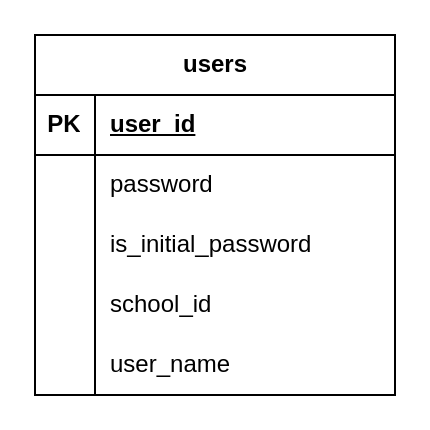
This is docs/db-er.dio from kuwaharu-git/school-app, a draw.io file, before an edit. Source tidied: cells renumbered, new cells numbered last; positions are measured from the earlier drawing's top-left corner, leaving out a move shared by most shapes. Both pictures are drawn from the tidied source at 200%, with x=0, y=0 at pixel (34, 34).
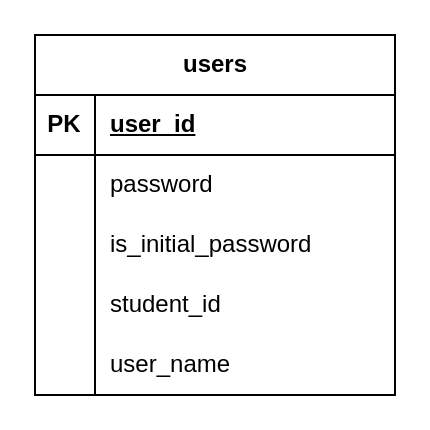
The same diagram, later.

Commit message (it also covers changes not shown here):
school_idからstudent_idに変更

Change to the diagram source:
```diff
@@
 <mxGraphModel>
   <root>
     <mxCell id="0" />
     <mxCell id="1" parent="0" />
     <mxCell id="2" value="users" style="shape=table;startSize=30;childLayout=tableLayout;rowLines=0;fontStyle=1;align=center;html=1;" parent="1" vertex="1">
       <mxGeometry width="180" height="180" as="geometry" />
     </mxCell>
     <mxCell id="3" style="shape=tableRow;horizontal=0;startSize=0;swimlaneHead=0;swimlaneBody=0;fillColor=none;top=0;left=0;right=0;bottom=1;" parent="2" vertex="1">
       <mxGeometry y="30" width="180" height="30" as="geometry" />
     </mxCell>
     <mxCell id="4" value="PK" style="shape=partialRectangle;fillColor=none;top=0;left=0;bottom=0;right=0;fontStyle=1;overflow=hidden;whiteSpace=wrap;html=1;" parent="3" vertex="1">
       <mxGeometry width="30" height="30" as="geometry" />
     </mxCell>
     <mxCell id="5" value="user_id" style="shape=partialRectangle;fillColor=none;top=0;left=0;bottom=0;right=0;align=left;spacingLeft=6;fontStyle=5;overflow=hidden;whiteSpace=wrap;html=1;" parent="3" vertex="1">
       <mxGeometry x="30" width="150" height="30" as="geometry" />
     </mxCell>
     <mxCell id="6" style="shape=tableRow;horizontal=0;startSize=0;swimlaneHead=0;swimlaneBody=0;fillColor=none;top=0;left=0;right=0;bottom=0;" parent="2" vertex="1">
       <mxGeometry y="60" width="180" height="30" as="geometry" />
     </mxCell>
     <mxCell id="7" style="shape=partialRectangle;fillColor=none;top=0;left=0;bottom=0;right=0;overflow=hidden;whiteSpace=wrap;html=1;" parent="6" vertex="1">
       <mxGeometry width="30" height="30" as="geometry" />
     </mxCell>
     <mxCell id="8" value="password" style="shape=partialRectangle;fillColor=none;top=0;left=0;bottom=0;right=0;align=left;spacingLeft=6;overflow=hidden;whiteSpace=wrap;html=1;" parent="6" vertex="1">
       <mxGeometry x="30" width="150" height="30" as="geometry" />
     </mxCell>
     <mxCell id="9" style="shape=tableRow;horizontal=0;startSize=0;swimlaneHead=0;swimlaneBody=0;fillColor=none;top=0;left=0;right=0;bottom=0;" parent="2" vertex="1">
       <mxGeometry y="90" width="180" height="30" as="geometry" />
     </mxCell>
     <mxCell id="10" style="shape=partialRectangle;fillColor=none;top=0;left=0;bottom=0;right=0;overflow=hidden;whiteSpace=wrap;html=1;" parent="9" vertex="1">
       <mxGeometry width="30" height="30" as="geometry" />
     </mxCell>
     <mxCell id="11" value="is_initial_password" style="shape=partialRectangle;fillColor=none;top=0;left=0;bottom=0;right=0;align=left;spacingLeft=6;overflow=hidden;whiteSpace=wrap;html=1;" parent="9" vertex="1">
       <mxGeometry x="30" width="150" height="30" as="geometry" />
     </mxCell>
     <mxCell id="12" style="shape=tableRow;horizontal=0;startSize=0;swimlaneHead=0;swimlaneBody=0;fillColor=none;top=0;left=0;right=0;bottom=0;" parent="2" vertex="1">
       <mxGeometry y="120" width="180" height="30" as="geometry" />
     </mxCell>
     <mxCell id="13" style="shape=partialRectangle;fillColor=none;top=0;left=0;bottom=0;right=0;overflow=hidden;whiteSpace=wrap;html=1;" parent="12" vertex="1">
       <mxGeometry width="30" height="30" as="geometry" />
     </mxCell>
-    <mxCell id="14" value="school_id" style="shape=partialRectangle;fillColor=none;top=0;left=0;bottom=0;right=0;align=left;spacingLeft=6;overflow=hidden;whiteSpace=wrap;html=1;" parent="12" vertex="1">
+    <mxCell id="14" value="student_id" style="shape=partialRectangle;fillColor=none;top=0;left=0;bottom=0;right=0;align=left;spacingLeft=6;overflow=hidden;whiteSpace=wrap;html=1;" parent="12" vertex="1">
       <mxGeometry x="30" width="150" height="30" as="geometry" />
     </mxCell>
     <mxCell id="15" style="shape=tableRow;horizontal=0;startSize=0;swimlaneHead=0;swimlaneBody=0;fillColor=none;top=0;left=0;right=0;bottom=0;" parent="2" vertex="1">
       <mxGeometry y="150" width="180" height="30" as="geometry" />
     </mxCell>
     <mxCell id="16" style="shape=partialRectangle;fillColor=none;top=0;left=0;bottom=0;right=0;overflow=hidden;whiteSpace=wrap;html=1;" parent="15" vertex="1">
       <mxGeometry width="30" height="30" as="geometry" />
     </mxCell>
     <mxCell id="17" value="user_name" style="shape=partialRectangle;fillColor=none;top=0;left=0;bottom=0;right=0;align=left;spacingLeft=6;overflow=hidden;whiteSpace=wrap;html=1;" parent="15" vertex="1">
       <mxGeometry x="30" width="150" height="30" as="geometry" />
     </mxCell>
   </root>
 </mxGraphModel>
```
